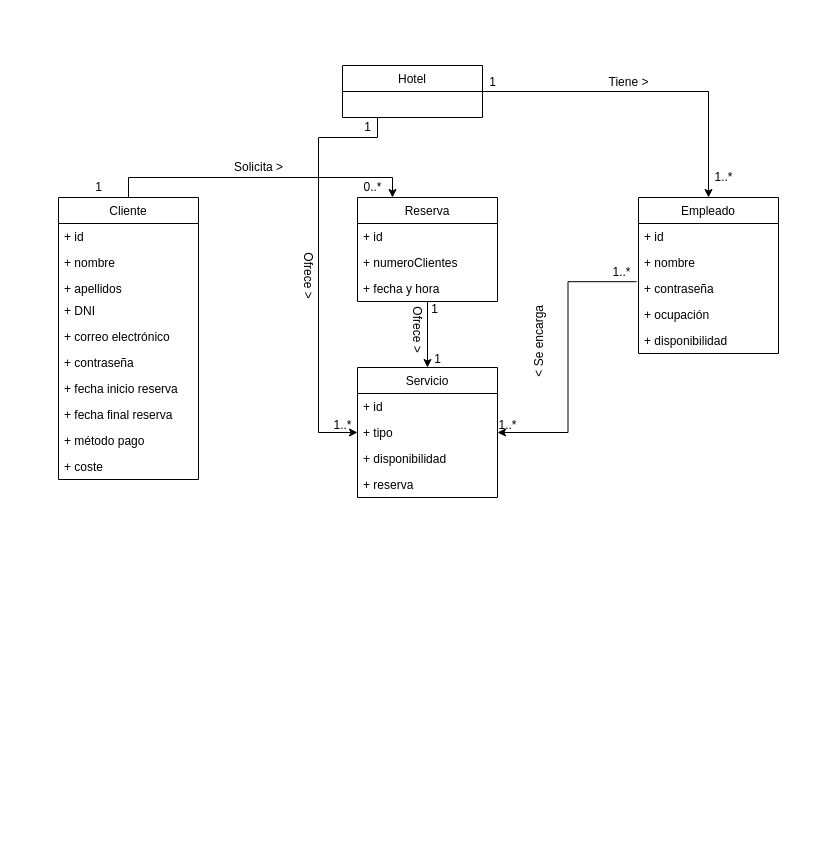
Earlier version of the draw.io diagram Diagrams/Modelo_dominio_Concierge.drawio (javierMorales9/ISST-Grupo02-Conc). Source tidied: cells renumbered, new cells numbered last; positions are measured from the earlier drawing's top-left corner, leaving out a move shared by most shapes. Both pictures are drawn from the tidied source at 100%, with x=0, y=0 at pixel (58, 65).
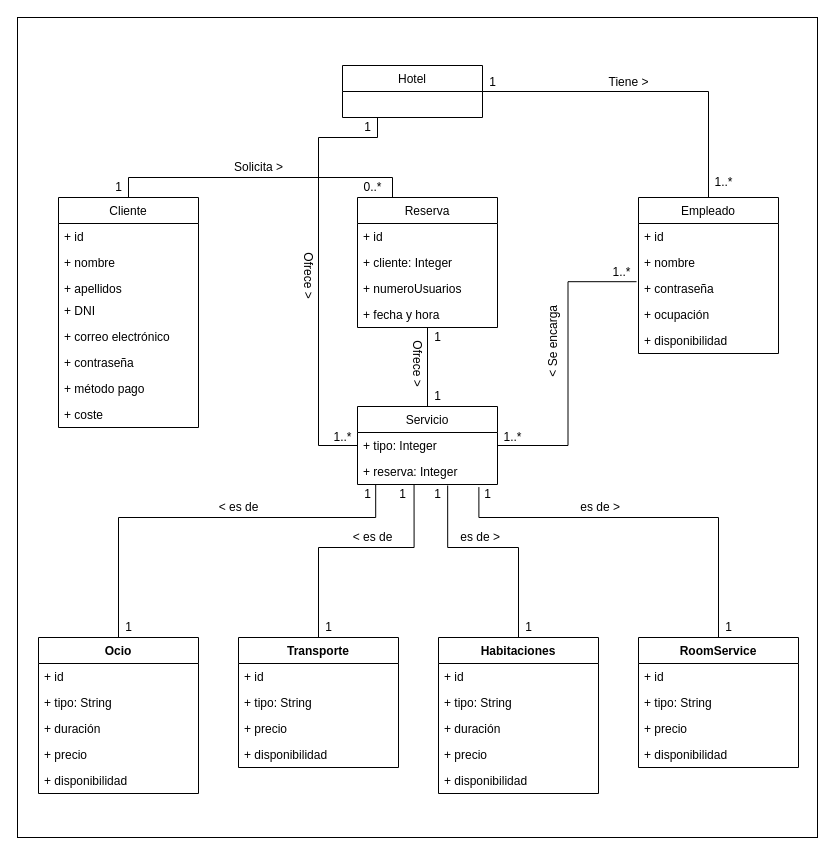
After the change.

Unchanged cells that the change refers to:
```xml
<mxCell id="16" value="Hotel" style="swimlane;fontStyle=0;horizontal=1;startSize=26;fillColor=none;" parent="1" vertex="1">
  <mxGeometry x="284" width="140" height="52" as="geometry" />
</mxCell>
<mxCell id="28" value="Empleado" style="swimlane;fontStyle=0;horizontal=1;startSize=26;fillColor=none;" parent="1" vertex="1">
  <mxGeometry x="580" y="132" width="140" height="156" as="geometry" />
</mxCell>
<mxCell id="31" value="+ contraseña" style="text;strokeColor=none;fillColor=none;align=left;verticalAlign=top;spacingLeft=4;spacingRight=4;overflow=hidden;points=[[0,0.5],[1,0.5]];portConstraint=eastwest;" parent="28" vertex="1">
  <mxGeometry y="78" width="140" height="26" as="geometry" />
</mxCell>
```

Change to the diagram source:
```diff
@@
+    <mxCell id="49" style="html=1;" parent="1" vertex="1">
+      <mxGeometry x="-41" y="-48" width="800" height="820" as="geometry" />
+    </mxCell>
-    <mxCell id="2" style="edgeStyle=orthogonalEdgeStyle;rounded=0;jettySize=auto;html=1;exitX=0.5;exitY=0;exitDx=0;exitDy=0;entryX=0.25;entryY=0;entryDx=0;entryDy=0;" parent="1" edge="1" source="3" target="18">
+    <mxCell id="2" style="edgeStyle=orthogonalEdgeStyle;rounded=0;jettySize=auto;html=1;exitX=0.5;exitY=0;exitDx=0;exitDy=0;entryX=0.25;entryY=0;entryDx=0;entryDy=0;endArrow=none;endFill=0;" parent="1" edge="1" source="3" target="18">
       <mxGeometry relative="1" as="geometry" />
     </mxCell>
     <mxCell id="3" value="Cliente" style="swimlane;fontStyle=0;horizontal=1;startSize=26;fillColor=none;" parent="1" vertex="1">
-      <mxGeometry y="132" width="140" height="282" as="geometry" />
+      <mxGeometry y="132" width="140" height="230" as="geometry" />
     </mxCell>
@@
-    <mxCell id="10" value="+ fecha inicio reserva" style="text;strokeColor=none;fillColor=none;align=left;verticalAlign=top;spacingLeft=4;spacingRight=4;overflow=hidden;" parent="3" vertex="1">
-      <mxGeometry y="178" width="140" height="26" as="geometry" />
-    </mxCell>
-    <mxCell id="11" value="+ fecha final reserva" style="text;strokeColor=none;fillColor=none;align=left;verticalAlign=top;spacingLeft=4;spacingRight=4;overflow=hidden;" parent="3" vertex="1">
-      <mxGeometry y="204" width="140" height="26" as="geometry" />
-    </mxCell>
     <mxCell id="12" value="+ método pago" style="text;strokeColor=none;fillColor=none;align=left;verticalAlign=top;spacingLeft=4;spacingRight=4;overflow=hidden;" parent="3" vertex="1">
-      <mxGeometry y="230" width="140" height="26" as="geometry" />
+      <mxGeometry y="178" width="140" height="26" as="geometry" />
     </mxCell>
     <mxCell id="13" value="+ coste" style="text;strokeColor=none;fillColor=none;align=left;verticalAlign=top;spacingLeft=4;spacingRight=4;overflow=hidden;" parent="3" vertex="1">
-      <mxGeometry y="256" width="140" height="26" as="geometry" />
+      <mxGeometry y="204" width="140" height="26" as="geometry" />
     </mxCell>
-    <mxCell id="14" style="edgeStyle=orthogonalEdgeStyle;rounded=0;jettySize=auto;html=1;entryX=0.5;entryY=0;entryDx=0;entryDy=0;" parent="1" edge="1" source="16" target="28">
+    <mxCell id="14" style="edgeStyle=orthogonalEdgeStyle;rounded=0;jettySize=auto;html=1;entryX=0.5;entryY=0;entryDx=0;entryDy=0;endArrow=none;endFill=0;" parent="1" edge="1" source="16" target="28">
       <mxGeometry relative="1" as="geometry" />
     </mxCell>
-    <mxCell id="15" style="edgeStyle=orthogonalEdgeStyle;rounded=0;jettySize=auto;html=1;entryX=0;entryY=0.5;entryDx=0;entryDy=0;exitX=0.25;exitY=1;exitDx=0;exitDy=0;" parent="1" edge="1" source="16" target="24">
+    <mxCell id="15" style="edgeStyle=orthogonalEdgeStyle;rounded=0;jettySize=auto;html=1;exitX=0.25;exitY=1;exitDx=0;exitDy=0;endArrow=none;endFill=0;entryX=0;entryY=0.5;entryDx=0;entryDy=0;" parent="1" edge="1" source="16" target="24">
       <mxGeometry relative="1" as="geometry">
         <Array as="points">
           <mxPoint x="319" y="72" />
           <mxPoint x="260" y="72" />
-          <mxPoint x="260" y="367" />
+          <mxPoint x="260" y="380" />
         </Array>
       </mxGeometry>
     </mxCell>
@@
-    <mxCell id="17" style="edgeStyle=orthogonalEdgeStyle;rounded=0;jettySize=auto;html=1;entryX=0.5;entryY=0;entryDx=0;entryDy=0;" parent="1" edge="1" source="18" target="22">
+    <mxCell id="17" style="edgeStyle=orthogonalEdgeStyle;rounded=0;jettySize=auto;html=1;entryX=0.5;entryY=0;entryDx=0;entryDy=0;endArrow=none;endFill=0;" parent="1" edge="1" source="18" target="22">
       <mxGeometry relative="1" as="geometry" />
     </mxCell>
     <mxCell id="18" value="Reserva" style="swimlane;fontStyle=0;horizontal=1;startSize=26;fillColor=none;" parent="1" vertex="1">
-      <mxGeometry x="299" y="132" width="140" height="104" as="geometry" />
+      <mxGeometry x="299" y="132" width="140" height="130" as="geometry" />
     </mxCell>
@@
+    <mxCell id="50" value="+ cliente: Integer" style="text;strokeColor=none;fillColor=none;align=left;verticalAlign=top;spacingLeft=4;spacingRight=4;overflow=hidden;" parent="18" vertex="1">
+      <mxGeometry y="52" width="140" height="26" as="geometry" />
+    </mxCell>
-    <mxCell id="20" value="+ numeroClientes" style="text;strokeColor=none;fillColor=none;align=left;verticalAlign=top;spacingLeft=4;spacingRight=4;overflow=hidden;" parent="18" vertex="1">
-      <mxGeometry y="52" width="140" height="26" as="geometry" />
+    <mxCell id="20" value="+ numeroUsuarios" style="text;strokeColor=none;fillColor=none;align=left;verticalAlign=top;spacingLeft=4;spacingRight=4;overflow=hidden;" parent="18" vertex="1">
+      <mxGeometry y="78" width="140" height="26" as="geometry" />
     </mxCell>
     <mxCell id="21" value="+ fecha y hora" style="text;strokeColor=none;fillColor=none;align=left;verticalAlign=top;spacingLeft=4;spacingRight=4;overflow=hidden;" parent="18" vertex="1">
-      <mxGeometry y="78" width="140" height="26" as="geometry" />
+      <mxGeometry y="104" width="140" height="26" as="geometry" />
     </mxCell>
+    <mxCell id="51" style="edgeStyle=orthogonalEdgeStyle;rounded=0;jettySize=auto;html=1;endArrow=none;endFill=0;exitX=0.13;exitY=1.008;exitDx=0;exitDy=0;exitPerimeter=0;" parent="1" edge="1" source="26" target="71">
+      <mxGeometry relative="1" as="geometry">
+        <Array as="points">
+          <mxPoint x="317" y="452" />
+          <mxPoint x="60" y="452" />
+        </Array>
+      </mxGeometry>
+    </mxCell>
+    <mxCell id="52" style="edgeStyle=orthogonalEdgeStyle;rounded=0;jettySize=auto;html=1;entryX=0.5;entryY=0;entryDx=0;entryDy=0;endArrow=none;endFill=0;exitX=0.404;exitY=1.008;exitDx=0;exitDy=0;exitPerimeter=0;" parent="1" edge="1" source="26" target="66">
+      <mxGeometry relative="1" as="geometry">
+        <Array as="points">
+          <mxPoint x="356" y="482" />
+          <mxPoint x="260" y="482" />
+        </Array>
+      </mxGeometry>
+    </mxCell>
+    <mxCell id="53" style="edgeStyle=orthogonalEdgeStyle;rounded=0;jettySize=auto;html=1;entryX=0.5;entryY=0;entryDx=0;entryDy=0;endArrow=none;endFill=0;exitX=0.644;exitY=1.038;exitDx=0;exitDy=0;exitPerimeter=0;" parent="1" edge="1" source="26" target="55">
+      <mxGeometry relative="1" as="geometry">
+        <Array as="points">
+          <mxPoint x="389" y="482" />
+          <mxPoint x="460" y="482" />
+        </Array>
+      </mxGeometry>
+    </mxCell>
+    <mxCell id="54" style="edgeStyle=orthogonalEdgeStyle;rounded=0;jettySize=auto;html=1;entryX=0.5;entryY=0;entryDx=0;entryDy=0;endArrow=none;endFill=0;exitX=0.867;exitY=1.1;exitDx=0;exitDy=0;exitPerimeter=0;" parent="1" edge="1" source="26" target="61">
+      <mxGeometry relative="1" as="geometry">
+        <Array as="points">
+          <mxPoint x="420" y="452" />
+          <mxPoint x="660" y="452" />
+        </Array>
+      </mxGeometry>
+    </mxCell>
     <mxCell id="22" value="Servicio" style="swimlane;fontStyle=0;horizontal=1;startSize=26;fillColor=none;" parent="1" vertex="1">
-      <mxGeometry x="299" y="302" width="140" height="130" as="geometry" />
+      <mxGeometry x="299" y="341" width="140" height="78" as="geometry" />
     </mxCell>
-    <mxCell id="23" value="+ id" style="text;strokeColor=none;fillColor=none;align=left;verticalAlign=top;spacingLeft=4;spacingRight=4;overflow=hidden;" parent="22" vertex="1">
-      <mxGeometry y="26" width="140" height="26" as="geometry" />
-    </mxCell>
-    <mxCell id="24" value="+ tipo" style="text;strokeColor=none;fillColor=none;align=left;verticalAlign=top;spacingLeft=4;spacingRight=4;overflow=hidden;points=[[0,0.5],[1,0.5]];portConstraint=eastwest;" parent="22" vertex="1">
-      <mxGeometry y="52" width="140" height="26" as="geometry" />
+    <mxCell id="24" value="+ tipo: Integer" style="text;strokeColor=none;fillColor=none;align=left;verticalAlign=top;spacingLeft=4;spacingRight=4;overflow=hidden;points=[[0,0.5],[1,0.5]];portConstraint=eastwest;" parent="22" vertex="1">
+      <mxGeometry y="26" width="140" height="26" as="geometry" />
     </mxCell>
-    <mxCell id="25" value="+ disponibilidad" style="text;strokeColor=none;fillColor=none;align=left;verticalAlign=top;spacingLeft=4;spacingRight=4;overflow=hidden;" parent="22" vertex="1">
-      <mxGeometry y="78" width="140" height="26" as="geometry" />
-    </mxCell>
-    <mxCell id="26" value="+ reserva" style="text;strokeColor=none;fillColor=none;align=left;verticalAlign=top;spacingLeft=4;spacingRight=4;overflow=hidden;points=[[0,0.5],[1,0.5]];portConstraint=eastwest;" parent="22" vertex="1">
-      <mxGeometry y="104" width="140" height="26" as="geometry" />
+    <mxCell id="26" value="+ reserva: Integer" style="text;strokeColor=none;fillColor=none;align=left;verticalAlign=top;spacingLeft=4;spacingRight=4;overflow=hidden;points=[[0,0.5],[1,0.5]];portConstraint=eastwest;" parent="22" vertex="1">
+      <mxGeometry y="52" width="140" height="26" as="geometry" />
     </mxCell>
-    <mxCell id="27" style="edgeStyle=orthogonalEdgeStyle;rounded=0;jettySize=auto;html=1;exitX=-0.014;exitY=0.238;exitDx=0;exitDy=0;entryX=1;entryY=0.5;entryDx=0;entryDy=0;exitPerimeter=0;" parent="1" edge="1" source="31" target="24">
+    <mxCell id="27" style="edgeStyle=orthogonalEdgeStyle;rounded=0;jettySize=auto;html=1;exitX=-0.014;exitY=0.238;exitDx=0;exitDy=0;entryX=1;entryY=0.5;entryDx=0;entryDy=0;exitPerimeter=0;endArrow=none;endFill=0;" parent="1" edge="1" source="31" target="24">
       <mxGeometry relative="1" as="geometry" />
     </mxCell>
@@
     <mxCell id="35" value="Ofrece &amp;gt;" style="text;html=1;align=center;verticalAlign=middle;rotation=90;" parent="1" vertex="1">
-      <mxGeometry x="329" y="254" width="60" height="20" as="geometry" />
+      <mxGeometry x="329" y="288" width="60" height="20" as="geometry" />
     </mxCell>
     <mxCell id="36" value="&amp;nbsp;&amp;lt; Se encarga" style="text;html=1;align=center;verticalAlign=middle;rotation=270;" parent="1" vertex="1">
-      <mxGeometry x="436" y="268" width="90" height="20" as="geometry" />
+      <mxGeometry x="450" y="268" width="90" height="20" as="geometry" />
     </mxCell>
     <mxCell id="37" value="1" style="text;html=1;align=center;verticalAlign=middle;" parent="1" vertex="1">
-      <mxGeometry x="30" y="112" width="20" height="20" as="geometry" />
+      <mxGeometry x="50" y="112" width="20" height="20" as="geometry" />
     </mxCell>
@@
     <mxCell id="39" value="1" style="text;html=1;align=center;verticalAlign=middle;" parent="1" vertex="1">
-      <mxGeometry x="366" y="234" width="20" height="20" as="geometry" />
+      <mxGeometry x="369" y="262" width="20" height="20" as="geometry" />
     </mxCell>
     <mxCell id="40" value="1" style="text;html=1;align=center;verticalAlign=middle;" parent="1" vertex="1">
-      <mxGeometry x="369" y="284" width="20" height="20" as="geometry" />
+      <mxGeometry x="369" y="321" width="20" height="20" as="geometry" />
     </mxCell>
@@
     <mxCell id="42" value="1..*" style="text;html=1;align=center;verticalAlign=middle;" parent="1" vertex="1">
-      <mxGeometry x="434" y="350" width="30" height="20" as="geometry" />
+      <mxGeometry x="439" y="362" width="30" height="20" as="geometry" />
     </mxCell>
@@
     <mxCell id="45" value="1..*" style="text;html=1;align=center;verticalAlign=middle;" parent="1" vertex="1">
-      <mxGeometry x="650" y="102" width="30" height="20" as="geometry" />
+      <mxGeometry x="650" y="107" width="30" height="20" as="geometry" />
     </mxCell>
     <mxCell id="46" value="1..*" style="text;html=1;align=center;verticalAlign=middle;" parent="1" vertex="1">
-      <mxGeometry x="269" y="350" width="30" height="20" as="geometry" />
+      <mxGeometry x="269" y="362" width="30" height="20" as="geometry" />
     </mxCell>
@@
+    <mxCell id="55" value="Habitaciones" style="swimlane;fontStyle=1;align=center;verticalAlign=top;horizontal=1;startSize=26;" parent="1" vertex="1">
+      <mxGeometry x="380" y="572" width="160" height="156" as="geometry" />
+    </mxCell>
+    <mxCell id="56" value="+ id" style="text;strokeColor=none;fillColor=none;align=left;verticalAlign=top;spacingLeft=4;spacingRight=4;overflow=hidden;" parent="55" vertex="1">
+      <mxGeometry y="26" width="160" height="26" as="geometry" />
+    </mxCell>
+    <mxCell id="57" value="+ tipo: String" style="text;strokeColor=none;fillColor=none;align=left;verticalAlign=top;spacingLeft=4;spacingRight=4;overflow=hidden;" parent="55" vertex="1">
+      <mxGeometry y="52" width="160" height="26" as="geometry" />
+    </mxCell>
+    <mxCell id="58" value="+ duración" style="text;strokeColor=none;fillColor=none;align=left;verticalAlign=top;spacingLeft=4;spacingRight=4;overflow=hidden;" parent="55" vertex="1">
+      <mxGeometry y="78" width="160" height="26" as="geometry" />
+    </mxCell>
+    <mxCell id="59" value="+ precio" style="text;strokeColor=none;fillColor=none;align=left;verticalAlign=top;spacingLeft=4;spacingRight=4;overflow=hidden;" parent="55" vertex="1">
+      <mxGeometry y="104" width="160" height="26" as="geometry" />
+    </mxCell>
+    <mxCell id="60" value="+ disponibilidad" style="text;strokeColor=none;fillColor=none;align=left;verticalAlign=top;spacingLeft=4;spacingRight=4;overflow=hidden;" parent="55" vertex="1">
+      <mxGeometry y="130" width="160" height="26" as="geometry" />
+    </mxCell>
+    <mxCell id="61" value="RoomService" style="swimlane;fontStyle=1;align=center;verticalAlign=top;horizontal=1;startSize=26;" parent="1" vertex="1">
+      <mxGeometry x="580" y="572" width="160" height="130" as="geometry" />
+    </mxCell>
+    <mxCell id="62" value="+ id" style="text;strokeColor=none;fillColor=none;align=left;verticalAlign=top;spacingLeft=4;spacingRight=4;overflow=hidden;" parent="61" vertex="1">
+      <mxGeometry y="26" width="160" height="26" as="geometry" />
+    </mxCell>
+    <mxCell id="63" value="+ tipo: String" style="text;strokeColor=none;fillColor=none;align=left;verticalAlign=top;spacingLeft=4;spacingRight=4;overflow=hidden;" parent="61" vertex="1">
+      <mxGeometry y="52" width="160" height="26" as="geometry" />
+    </mxCell>
+    <mxCell id="64" value="+ precio" style="text;strokeColor=none;fillColor=none;align=left;verticalAlign=top;spacingLeft=4;spacingRight=4;overflow=hidden;" parent="61" vertex="1">
+      <mxGeometry y="78" width="160" height="26" as="geometry" />
+    </mxCell>
+    <mxCell id="65" value="+ disponibilidad" style="text;strokeColor=none;fillColor=none;align=left;verticalAlign=top;spacingLeft=4;spacingRight=4;overflow=hidden;" parent="61" vertex="1">
+      <mxGeometry y="104" width="160" height="26" as="geometry" />
+    </mxCell>
+    <mxCell id="66" value="Transporte" style="swimlane;fontStyle=1;align=center;verticalAlign=top;horizontal=1;startSize=26;" parent="1" vertex="1">
+      <mxGeometry x="180" y="572" width="160" height="130" as="geometry" />
+    </mxCell>
+    <mxCell id="67" value="+ id" style="text;strokeColor=none;fillColor=none;align=left;verticalAlign=top;spacingLeft=4;spacingRight=4;overflow=hidden;" parent="66" vertex="1">
+      <mxGeometry y="26" width="160" height="26" as="geometry" />
+    </mxCell>
+    <mxCell id="68" value="+ tipo: String" style="text;strokeColor=none;fillColor=none;align=left;verticalAlign=top;spacingLeft=4;spacingRight=4;overflow=hidden;" parent="66" vertex="1">
+      <mxGeometry y="52" width="160" height="26" as="geometry" />
+    </mxCell>
+    <mxCell id="69" value="+ precio" style="text;strokeColor=none;fillColor=none;align=left;verticalAlign=top;spacingLeft=4;spacingRight=4;overflow=hidden;" parent="66" vertex="1">
+      <mxGeometry y="78" width="160" height="26" as="geometry" />
+    </mxCell>
+    <mxCell id="70" value="+ disponibilidad" style="text;strokeColor=none;fillColor=none;align=left;verticalAlign=top;spacingLeft=4;spacingRight=4;overflow=hidden;" parent="66" vertex="1">
+      <mxGeometry y="104" width="160" height="26" as="geometry" />
+    </mxCell>
+    <mxCell id="71" value="Ocio" style="swimlane;fontStyle=1;align=center;verticalAlign=top;horizontal=1;startSize=26;" parent="1" vertex="1">
+      <mxGeometry x="-20" y="572" width="160" height="156" as="geometry" />
+    </mxCell>
+    <mxCell id="72" value="+ id" style="text;strokeColor=none;fillColor=none;align=left;verticalAlign=top;spacingLeft=4;spacingRight=4;overflow=hidden;" parent="71" vertex="1">
+      <mxGeometry y="26" width="160" height="26" as="geometry" />
+    </mxCell>
+    <mxCell id="73" value="+ tipo: String" style="text;strokeColor=none;fillColor=none;align=left;verticalAlign=top;spacingLeft=4;spacingRight=4;overflow=hidden;" parent="71" vertex="1">
+      <mxGeometry y="52" width="160" height="26" as="geometry" />
+    </mxCell>
+    <mxCell id="74" value="+ duración" style="text;strokeColor=none;fillColor=none;align=left;verticalAlign=top;spacingLeft=4;spacingRight=4;overflow=hidden;" parent="71" vertex="1">
+      <mxGeometry y="78" width="160" height="26" as="geometry" />
+    </mxCell>
+    <mxCell id="75" value="+ precio" style="text;strokeColor=none;fillColor=none;align=left;verticalAlign=top;spacingLeft=4;spacingRight=4;overflow=hidden;" parent="71" vertex="1">
+      <mxGeometry y="104" width="160" height="26" as="geometry" />
+    </mxCell>
+    <mxCell id="25" value="+ disponibilidad" style="text;strokeColor=none;fillColor=none;align=left;verticalAlign=top;spacingLeft=4;spacingRight=4;overflow=hidden;" parent="71" vertex="1">
+      <mxGeometry y="130" width="160" height="26" as="geometry" />
+    </mxCell>
+    <mxCell id="76" value="&amp;lt; es de" style="text;html=1;align=center;verticalAlign=middle;" parent="1" vertex="1">
+      <mxGeometry x="150" y="432" width="60" height="20" as="geometry" />
+    </mxCell>
+    <mxCell id="77" value="&amp;lt; es de" style="text;html=1;align=center;verticalAlign=middle;" parent="1" vertex="1">
+      <mxGeometry x="284" y="462" width="60" height="20" as="geometry" />
+    </mxCell>
+    <mxCell id="78" value="&amp;nbsp;es de &amp;gt;" style="text;html=1;align=center;verticalAlign=middle;" parent="1" vertex="1">
+      <mxGeometry x="510" y="432" width="60" height="20" as="geometry" />
+    </mxCell>
+    <mxCell id="79" value="&amp;nbsp;es de &amp;gt;" style="text;html=1;align=center;verticalAlign=middle;" parent="1" vertex="1">
+      <mxGeometry x="390" y="462" width="60" height="20" as="geometry" />
+    </mxCell>
+    <mxCell id="80" value="1" style="text;html=1;align=center;verticalAlign=middle;" parent="1" vertex="1">
+      <mxGeometry x="299" y="419" width="20" height="20" as="geometry" />
+    </mxCell>
+    <mxCell id="81" value="1" style="text;html=1;align=center;verticalAlign=middle;" parent="1" vertex="1">
+      <mxGeometry x="369" y="419" width="20" height="20" as="geometry" />
+    </mxCell>
+    <mxCell id="82" value="1" style="text;html=1;align=center;verticalAlign=middle;" parent="1" vertex="1">
+      <mxGeometry x="334" y="419" width="20" height="20" as="geometry" />
+    </mxCell>
+    <mxCell id="83" value="1" style="text;html=1;align=center;verticalAlign=middle;" parent="1" vertex="1">
+      <mxGeometry x="419" y="419" width="20" height="20" as="geometry" />
+    </mxCell>
+    <mxCell id="84" value="1" style="text;html=1;align=center;verticalAlign=middle;" parent="1" vertex="1">
+      <mxGeometry x="60" y="552" width="20" height="20" as="geometry" />
+    </mxCell>
+    <mxCell id="85" value="1" style="text;html=1;align=center;verticalAlign=middle;" parent="1" vertex="1">
+      <mxGeometry x="260" y="552" width="20" height="20" as="geometry" />
+    </mxCell>
+    <mxCell id="86" value="1" style="text;html=1;align=center;verticalAlign=middle;" parent="1" vertex="1">
+      <mxGeometry x="660" y="552" width="20" height="20" as="geometry" />
+    </mxCell>
+    <mxCell id="87" value="1" style="text;html=1;align=center;verticalAlign=middle;" parent="1" vertex="1">
+      <mxGeometry x="460" y="552" width="20" height="20" as="geometry" />
+    </mxCell>
```
